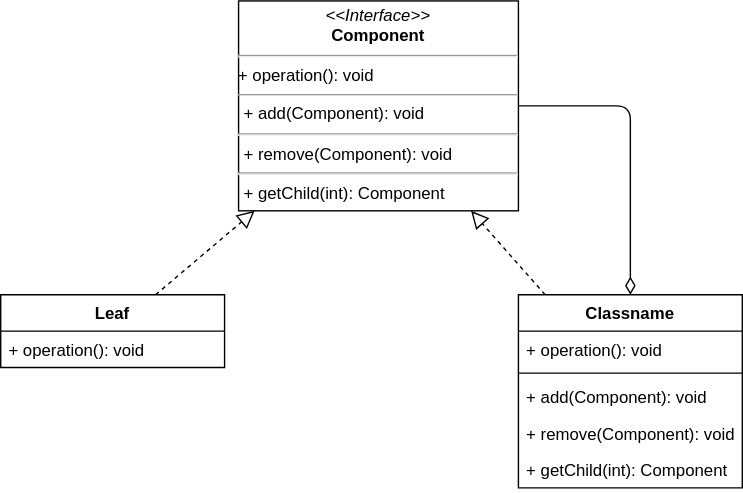
Above: 博客/知识总结/设计模式/组合模式.drawio.svg in su-dd/CDN (draw.io), before the change. Source tidied: cells renumbered, new cells last; positions are measured from the earlier drawing's top-left corner, leaving out a move shared by most shapes.
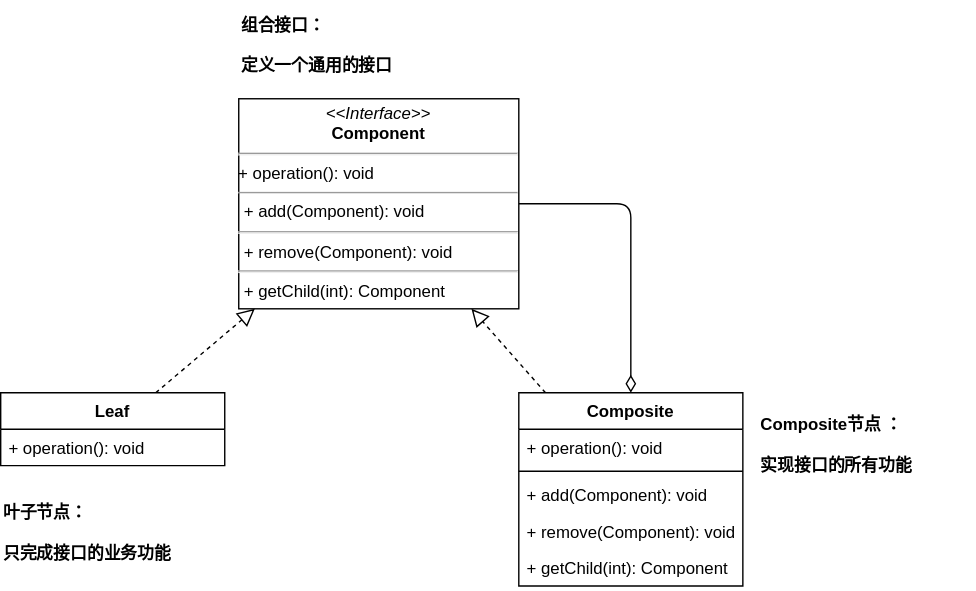
After the commit.

What changed in the source:
```diff
@@ -24,7 +24,7 @@
     <mxCell id="7" style="edgeStyle=none;html=1;dashed=1;endArrow=block;endFill=0;startSize=6;endSize=10;" parent="1" edge="1" source="8" target="3">
       <mxGeometry relative="1" as="geometry" />
     </mxCell>
-    <mxCell id="8" value="Classname" style="swimlane;fontStyle=1;align=center;verticalAlign=top;horizontal=1;startSize=26;" parent="1" vertex="1">
+    <mxCell id="8" value="Composite" style="swimlane;fontStyle=1;align=center;verticalAlign=top;horizontal=1;startSize=26;" parent="1" vertex="1">
       <mxGeometry x="370" y="210" width="160" height="138" as="geometry" />
     </mxCell>
     <mxCell id="9" value="+ operation(): void" style="text;strokeColor=none;fillColor=none;align=left;verticalAlign=top;spacingLeft=4;spacingRight=4;overflow=hidden;" parent="8" vertex="1">
@@ -42,5 +42,14 @@
     <mxCell id="13" value="+ getChild(int): Component" style="text;strokeColor=none;fillColor=none;align=left;verticalAlign=top;spacingLeft=4;spacingRight=4;overflow=hidden;" parent="8" vertex="1">
       <mxGeometry y="112" width="160" height="26" as="geometry" />
     </mxCell>
+    <mxCell id="14" value="组合接口：&lt;br&gt;&lt;br&gt;定义一个通用的接口" style="text;html=1;strokeColor=none;fillColor=none;align=left;verticalAlign=middle;whiteSpace=wrap;rounded=0;fontStyle=1;" parent="1" vertex="1">
+      <mxGeometry x="170" y="-70" width="201" height="63" as="geometry" />
+    </mxCell>
+    <mxCell id="15" value="&lt;span style=&quot;box-sizing: border-box ; outline: 0px ; overflow-wrap: break-word ; font-size: 12px ; background-color: rgb(255 , 255 , 255)&quot;&gt;Composite节点&lt;/span&gt;：&lt;br style=&quot;font-size: 12px&quot;&gt;&lt;br style=&quot;font-size: 12px&quot;&gt;实现接口的所有功能" style="text;html=1;strokeColor=none;fillColor=none;align=left;verticalAlign=middle;whiteSpace=wrap;rounded=0;fontSize=12;fontStyle=1;" parent="1" vertex="1">
+      <mxGeometry x="541" y="215" width="155" height="63" as="geometry" />
+    </mxCell>
+    <mxCell id="16" value="叶子节点：&lt;br&gt;&lt;br&gt;只完成接口的业务功能" style="text;html=1;strokeColor=none;fillColor=none;align=left;verticalAlign=middle;whiteSpace=wrap;rounded=0;fontStyle=1;" parent="1" vertex="1">
+      <mxGeometry y="278" width="159" height="63" as="geometry" />
+    </mxCell>
   </root>
 </mxGraphModel>
```
